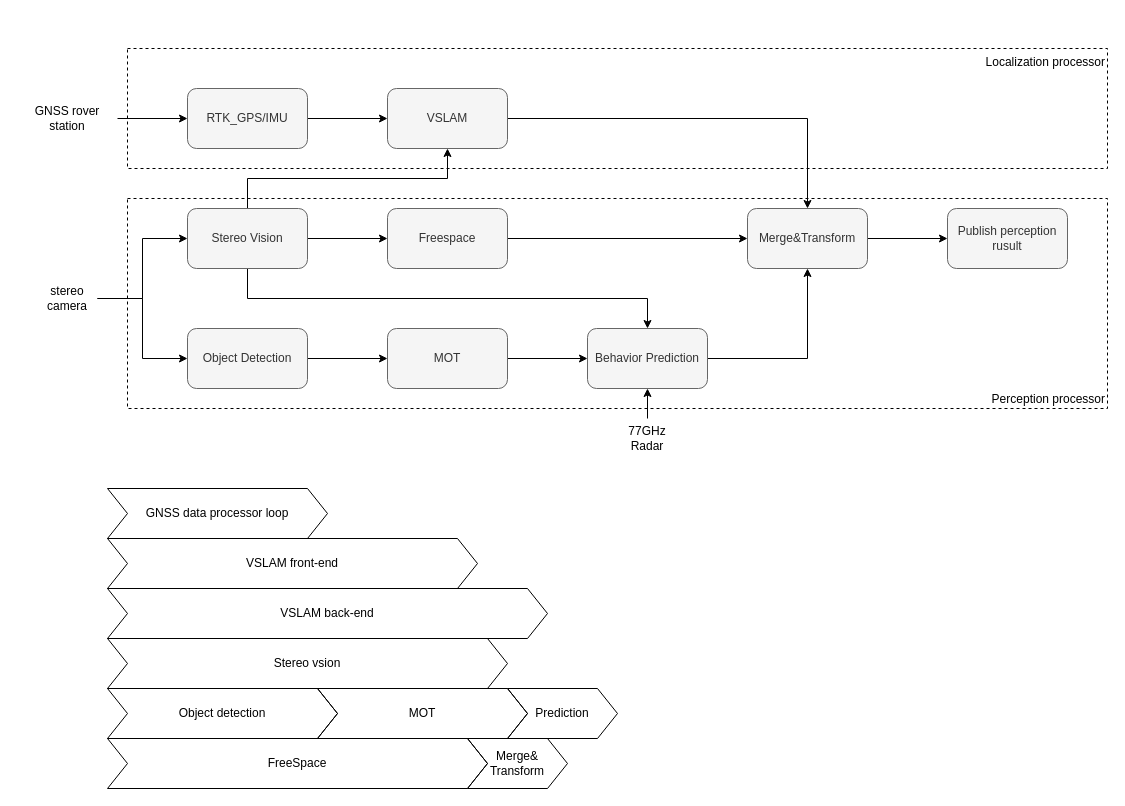
Before: Perception_structure.drawio in mMikaa00/For_draw_io, a draw.io diagram. Source tidied: cells renumbered, new cells numbered last; positions are measured from the earlier drawing's top-left corner, leaving out a move shared by most shapes. Both pictures are drawn from the tidied source at 100%, with x=0, y=0 at pixel (17, 48).
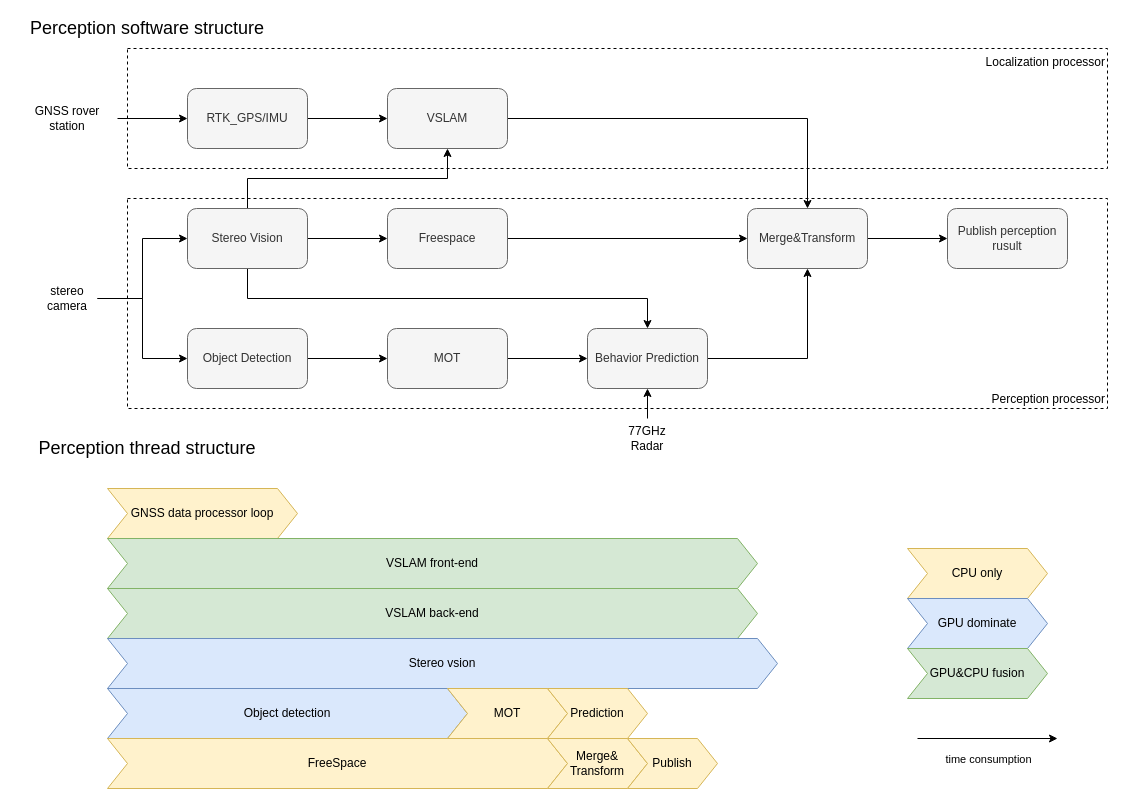
The same page after the edit.

What changed in the source:
```diff
@@
-    <mxCell id="30" value="GNSS data processor loop" style="shape=step;perimeter=stepPerimeter;whiteSpace=wrap;html=1;fixedSize=1;fillColor=none;" parent="1" vertex="1">
-      <mxGeometry x="90" y="440" width="220" height="50" as="geometry" />
+    <mxCell id="30" value="GNSS data processor loop" style="shape=step;perimeter=stepPerimeter;whiteSpace=wrap;html=1;fixedSize=1;fillColor=#fff2cc;strokeColor=#d6b656;" parent="1" vertex="1">
+      <mxGeometry x="90" y="440" width="190" height="50" as="geometry" />
     </mxCell>
-    <mxCell id="31" value="VSLAM front-end" style="shape=step;perimeter=stepPerimeter;whiteSpace=wrap;html=1;fixedSize=1;fillColor=none;" parent="1" vertex="1">
-      <mxGeometry x="90" y="490" width="370" height="50" as="geometry" />
+    <mxCell id="31" value="VSLAM front-end" style="shape=step;perimeter=stepPerimeter;whiteSpace=wrap;html=1;fixedSize=1;fillColor=#d5e8d4;strokeColor=#82b366;" parent="1" vertex="1">
+      <mxGeometry x="90" y="490" width="650" height="50" as="geometry" />
     </mxCell>
-    <mxCell id="32" value="VSLAM back-end" style="shape=step;perimeter=stepPerimeter;whiteSpace=wrap;html=1;fixedSize=1;fillColor=none;" parent="1" vertex="1">
-      <mxGeometry x="90" y="540" width="440" height="50" as="geometry" />
+    <mxCell id="32" value="VSLAM back-end" style="shape=step;perimeter=stepPerimeter;whiteSpace=wrap;html=1;fixedSize=1;fillColor=#d5e8d4;strokeColor=#82b366;" parent="1" vertex="1">
+      <mxGeometry x="90" y="540" width="650" height="50" as="geometry" />
     </mxCell>
-    <mxCell id="33" value="Stereo vsion" style="shape=step;perimeter=stepPerimeter;whiteSpace=wrap;html=1;fixedSize=1;fillColor=none;" parent="1" vertex="1">
-      <mxGeometry x="90" y="590" width="400" height="50" as="geometry" />
+    <mxCell id="33" value="Stereo vsion" style="shape=step;perimeter=stepPerimeter;whiteSpace=wrap;html=1;fixedSize=1;fillColor=#dae8fc;strokeColor=#6c8ebf;" parent="1" vertex="1">
+      <mxGeometry x="90" y="590" width="670" height="50" as="geometry" />
     </mxCell>
-    <mxCell id="34" value="Object detection" style="shape=step;perimeter=stepPerimeter;whiteSpace=wrap;html=1;fixedSize=1;fillColor=none;" parent="1" vertex="1">
-      <mxGeometry x="90" y="640" width="230" height="50" as="geometry" />
+    <mxCell id="34" value="Object detection" style="shape=step;perimeter=stepPerimeter;whiteSpace=wrap;html=1;fixedSize=1;fillColor=#dae8fc;strokeColor=#6c8ebf;" parent="1" vertex="1">
+      <mxGeometry x="90" y="640" width="360" height="50" as="geometry" />
     </mxCell>
-    <mxCell id="35" value="FreeSpace" style="shape=step;perimeter=stepPerimeter;whiteSpace=wrap;html=1;fixedSize=1;fillColor=none;" parent="1" vertex="1">
-      <mxGeometry x="90" y="690" width="380" height="50" as="geometry" />
+    <mxCell id="35" value="FreeSpace" style="shape=step;perimeter=stepPerimeter;whiteSpace=wrap;html=1;fixedSize=1;fillColor=#fff2cc;strokeColor=#d6b656;" parent="1" vertex="1">
+      <mxGeometry x="90" y="690" width="460" height="50" as="geometry" />
     </mxCell>
-    <mxCell id="36" value="MOT" style="shape=step;perimeter=stepPerimeter;whiteSpace=wrap;html=1;fixedSize=1;fillColor=none;" parent="1" vertex="1">
-      <mxGeometry x="300" y="640" width="210" height="50" as="geometry" />
+    <mxCell id="36" value="MOT" style="shape=step;perimeter=stepPerimeter;whiteSpace=wrap;html=1;fixedSize=1;fillColor=#fff2cc;strokeColor=#d6b656;" parent="1" vertex="1">
+      <mxGeometry x="430" y="640" width="120" height="50" as="geometry" />
     </mxCell>
-    <mxCell id="37" value="Merge&amp;amp;&lt;br&gt;Transform" style="shape=step;perimeter=stepPerimeter;whiteSpace=wrap;html=1;fixedSize=1;fillColor=none;" parent="1" vertex="1">
-      <mxGeometry x="450" y="690" width="100" height="50" as="geometry" />
+    <mxCell id="37" value="Merge&amp;amp;&lt;br&gt;Transform" style="shape=step;perimeter=stepPerimeter;whiteSpace=wrap;html=1;fixedSize=1;fillColor=#fff2cc;strokeColor=#d6b656;" parent="1" vertex="1">
+      <mxGeometry x="530" y="690" width="100" height="50" as="geometry" />
     </mxCell>
-    <mxCell id="38" value="Prediction" style="shape=step;perimeter=stepPerimeter;whiteSpace=wrap;html=1;fixedSize=1;fillColor=none;" parent="1" vertex="1">
-      <mxGeometry x="490" y="640" width="110" height="50" as="geometry" />
+    <mxCell id="38" value="Prediction" style="shape=step;perimeter=stepPerimeter;whiteSpace=wrap;html=1;fixedSize=1;fillColor=#fff2cc;strokeColor=#d6b656;" parent="1" vertex="1">
+      <mxGeometry x="530" y="640" width="100" height="50" as="geometry" />
     </mxCell>
+    <mxCell id="39" value="Publish" style="shape=step;perimeter=stepPerimeter;whiteSpace=wrap;html=1;fixedSize=1;fillColor=#fff2cc;strokeColor=#d6b656;" parent="1" vertex="1">
+      <mxGeometry x="610" y="690" width="90" height="50" as="geometry" />
+    </mxCell>
+    <mxCell id="40" style="endArrow=classic;html=1;" parent="1" edge="1">
+      <mxGeometry relative="1" as="geometry">
+        <mxPoint x="900" y="690" as="sourcePoint" />
+        <mxPoint x="1040" y="690" as="targetPoint" />
+      </mxGeometry>
+    </mxCell>
+    <mxCell id="41" value="time consumption" style="edgeLabel;html=1;align=center;verticalAlign=middle;" parent="40" vertex="1">
+      <mxGeometry x="0.47" y="-2" relative="1" as="geometry">
+        <mxPoint x="-32.5" y="18" as="offset" />
+      </mxGeometry>
+    </mxCell>
+    <mxCell id="42" value="CPU only" style="shape=step;perimeter=stepPerimeter;whiteSpace=wrap;html=1;fixedSize=1;fillColor=#fff2cc;strokeColor=#d6b656;" parent="1" vertex="1">
+      <mxGeometry x="890" y="500" width="140" height="50" as="geometry" />
+    </mxCell>
+    <mxCell id="43" value="GPU dominate" style="shape=step;perimeter=stepPerimeter;whiteSpace=wrap;html=1;fixedSize=1;fillColor=#dae8fc;strokeColor=#6c8ebf;" parent="1" vertex="1">
+      <mxGeometry x="890" y="550" width="140" height="50" as="geometry" />
+    </mxCell>
+    <mxCell id="44" value="GPU&amp;amp;CPU fusion" style="shape=step;perimeter=stepPerimeter;whiteSpace=wrap;html=1;fixedSize=1;fillColor=#d5e8d4;strokeColor=#82b366;" parent="1" vertex="1">
+      <mxGeometry x="890" y="600" width="140" height="50" as="geometry" />
+    </mxCell>
+    <mxCell id="45" value="&lt;font style=&quot;font-size: 18px&quot;&gt;Perception software structure&lt;/font&gt;" style="text;html=1;strokeColor=none;fillColor=none;align=center;verticalAlign=middle;whiteSpace=wrap;rounded=0;" parent="1" vertex="1">
+      <mxGeometry y="-30" width="260" height="20" as="geometry" />
+    </mxCell>
+    <mxCell id="46" value="&lt;font style=&quot;font-size: 18px&quot;&gt;Perception thread structure&lt;/font&gt;" style="text;html=1;strokeColor=none;fillColor=none;align=center;verticalAlign=middle;whiteSpace=wrap;rounded=0;" parent="1" vertex="1">
+      <mxGeometry y="390" width="260" height="20" as="geometry" />
+    </mxCell>
```
